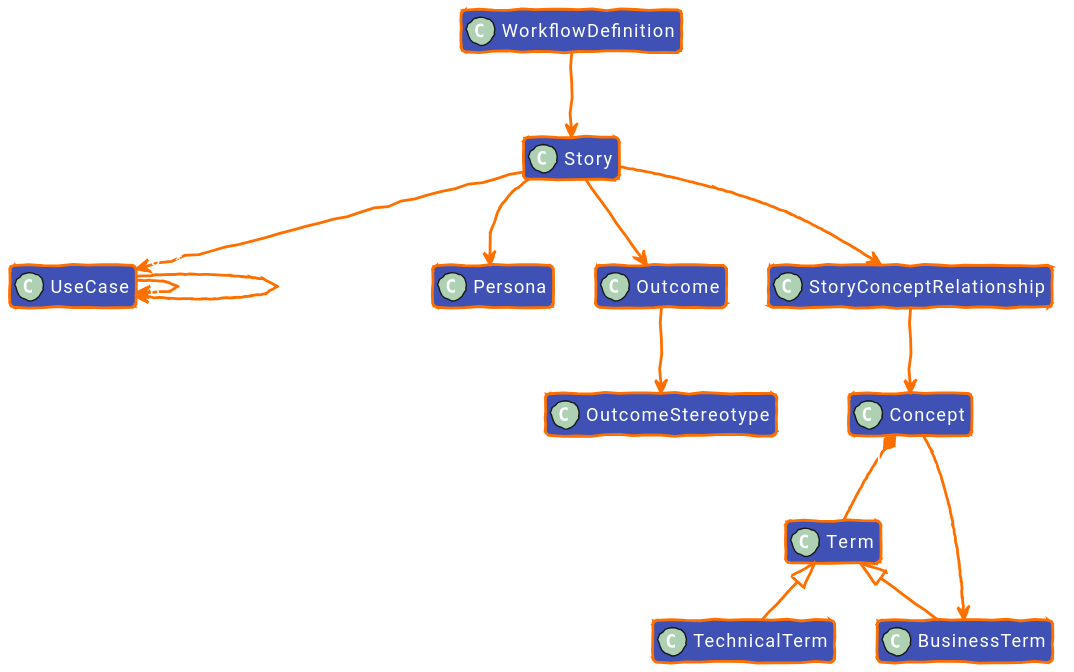
Before: diagrams/out/uctm-story_dark.svg, a diagram exported from PlantUML (EKGF/ekg-method).
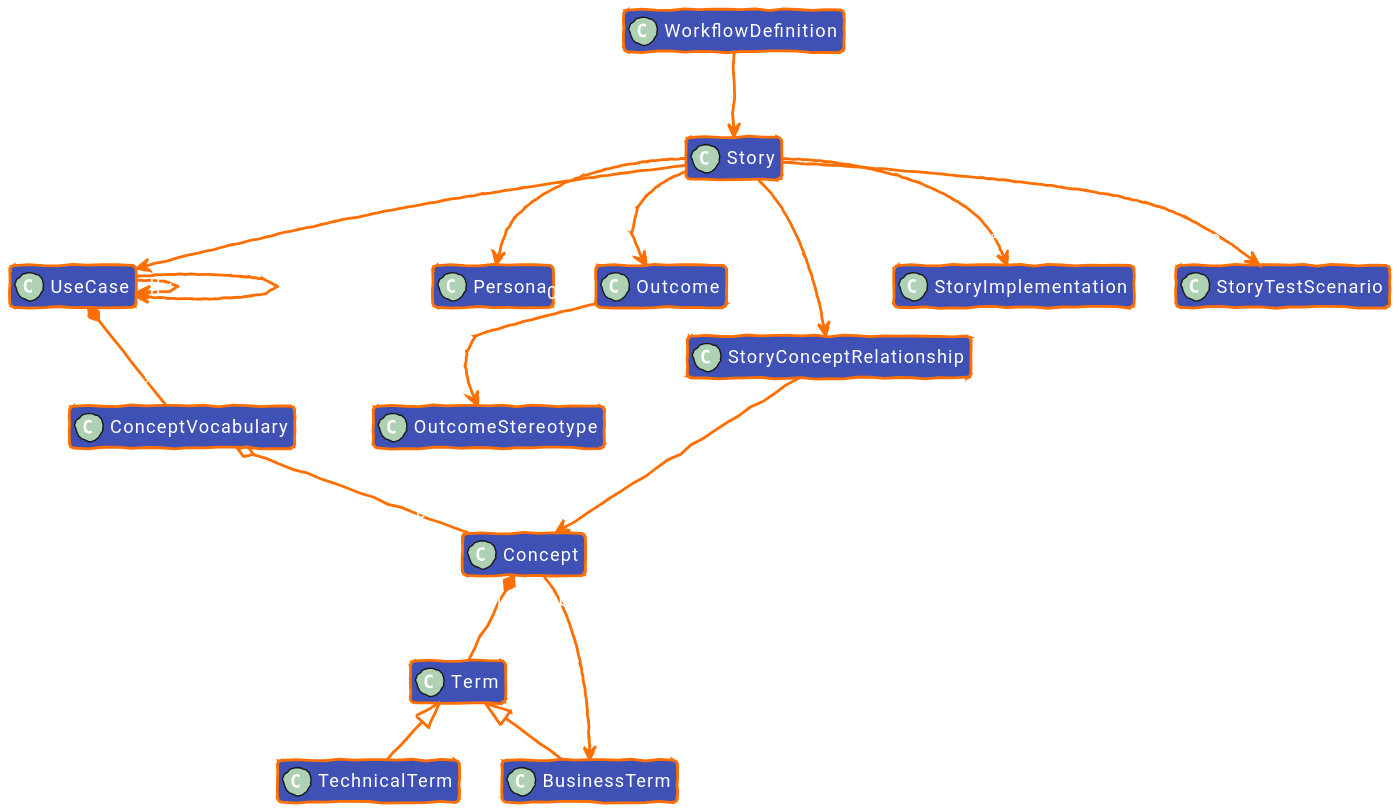
After the change.

Diff of the diagram source:
```diff
@@ -75,11 +75,14 @@
 class "Outcome" as Outcome [[/concept/outcome/#ontology]]
 class "OutcomeStereotype" as OutcomeStereotype [[/concept/outcome/outcome-stereotype/#ontology]]
 class "Concept" as Concept [[/concept/concept/#ontology]]
+class "ConceptVocabulary" as ConceptVocabulary [[/concept/concept/concept-vocabulary/#ontology]]
 class "Term" as Term [[/concept/term/#ontology]]
 class "BusinessTerm" as BusinessTerm [[/concept/term/business-term/#ontology]]
 class "TechnicalTerm" as TechnicalTerm [[/concept/term/technical-term/#ontology]]
 class "WorkflowDefinition" as WorkflowDefinition [[/concept/workflow/#ontology]]
 class "StoryConceptRelationship" as StoryConceptRelationship [[/concept/concept/story-concept-relationship/#ontology]]
+class "StoryImplementation" as StoryImplementation [[/concept/story/implementation/#ontology]]
+class "StoryTestScenario" as StoryTestScenario [[/concept/story/test-scenarios/#ontology]]
 
 Term <|-- BusinessTerm
 Term <|-- TechnicalTerm
@@ -94,10 +97,17 @@
 Story --> Persona : :playedBy
 Story --> Outcome : :contributesTo
 
+UseCase "1" *-- "0..*" ConceptVocabulary : :conceptVocabulary
+ConceptVocabulary "1" o-- "0..*" Concept : skos:inScheme
+
 Story "0..*" --> "1" StoryConceptRelationship : :storyConcept
 StoryConceptRelationship --> Concept : :concept
 Concept "1" *-- "1..*" Term : :term
 Concept "0..1" --> "1" BusinessTerm : :labelTerm
 
+Story "1" --> "0..*" StoryImplementation : :implementation
+
+Story "1" --> "0..*" StoryTestScenario : :testScenario
+
 WorkflowDefinition --> Story : :steps
 @enduml
```
